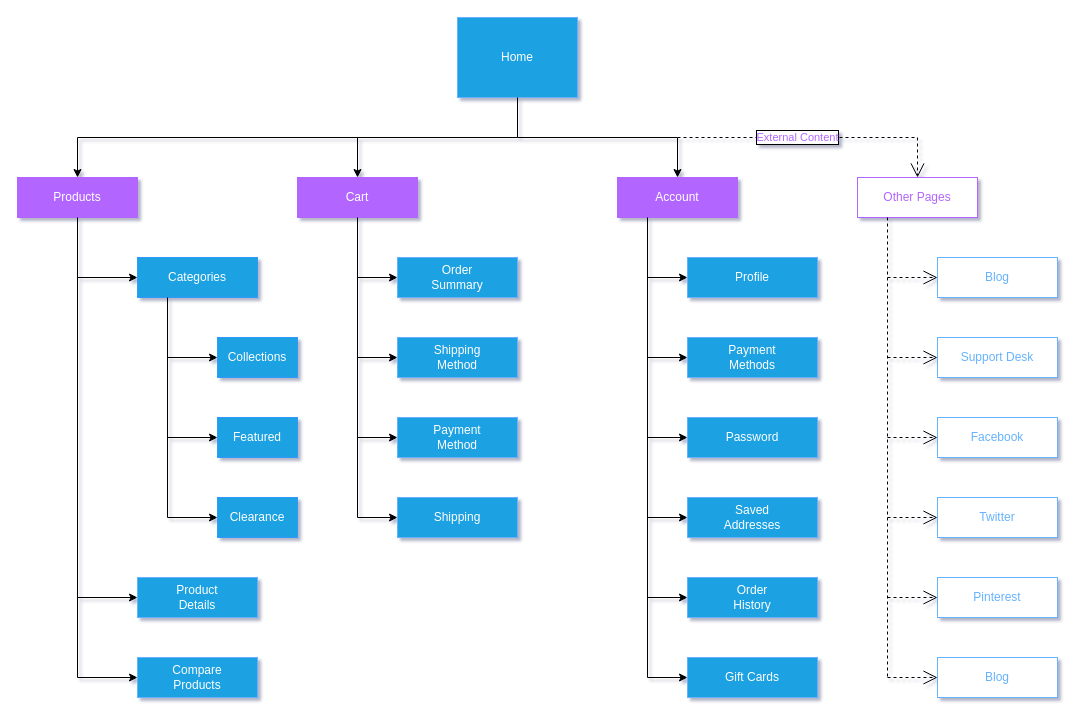
Before: sitemap.drawio in lamliam/lamliam, a draw.io diagram. Source tidied: cells renumbered, new cells numbered last; positions are measured from the earlier drawing's top-left corner, leaving out a move shared by most shapes. Both pictures are drawn from the tidied source at 100%, with x=0, y=0 at pixel (17, 17).
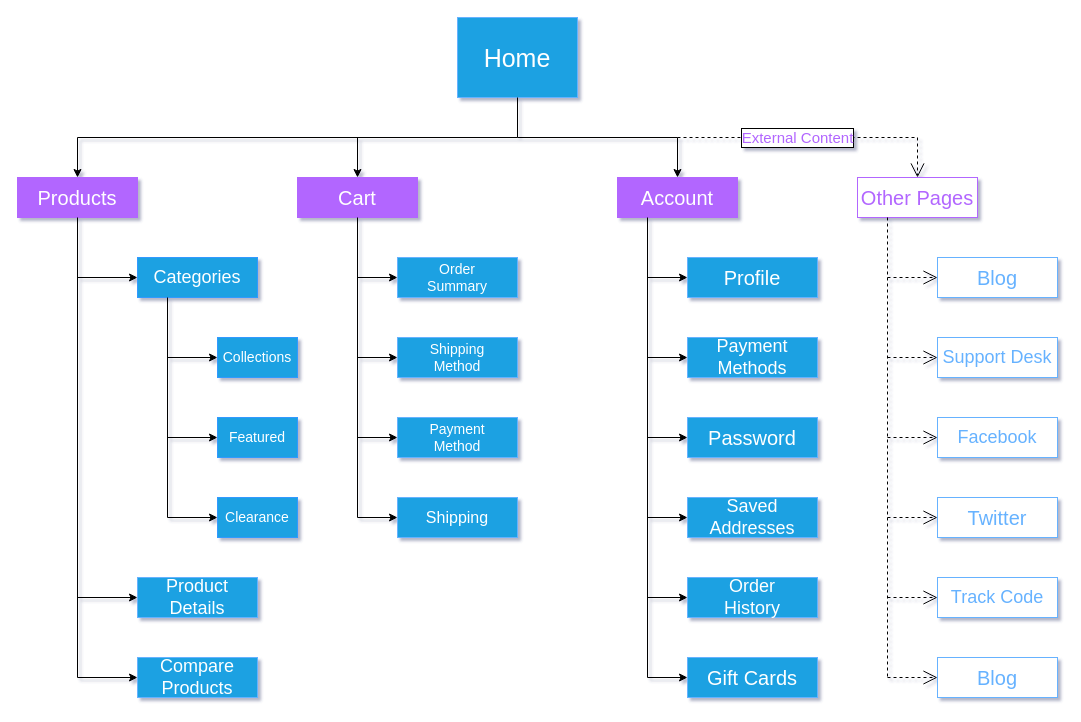
The same diagram, later.

The edit, as a diff of the source:
```diff
@@
-    <mxCell id="2" value="Home" style="rounded=0;whiteSpace=wrap;html=1;fillColor=#1ba1e2;fontColor=#ffffff;strokeColor=#66B2FF;" parent="1" vertex="1">
+    <mxCell id="2" value="Home" style="rounded=0;whiteSpace=wrap;html=1;fillColor=#1ba1e2;fontColor=#ffffff;strokeColor=#66B2FF;fontSize=25;" parent="1" vertex="1">
       <mxGeometry x="440" width="120" height="80" as="geometry" />
     </mxCell>
-    <mxCell id="3" value="Products" style="rounded=0;whiteSpace=wrap;html=1;strokeColor=#B266FF;fillColor=#B266FF;fontColor=#ffffff;" parent="1" vertex="1">
+    <mxCell id="3" value="Products" style="rounded=0;whiteSpace=wrap;html=1;strokeColor=#B266FF;fillColor=#B266FF;fontColor=#ffffff;fontSize=20;" parent="1" vertex="1">
       <mxGeometry y="160" width="120" height="40" as="geometry" />
     </mxCell>
-    <mxCell id="4" value="Cart" style="rounded=0;whiteSpace=wrap;html=1;strokeColor=#B266FF;fillColor=#B266FF;fontColor=#ffffff;" parent="1" vertex="1">
+    <mxCell id="4" value="Cart" style="rounded=0;whiteSpace=wrap;html=1;strokeColor=#B266FF;fillColor=#B266FF;fontColor=#ffffff;fontSize=20;" parent="1" vertex="1">
       <mxGeometry x="280" y="160" width="120" height="40" as="geometry" />
     </mxCell>
-    <mxCell id="5" value="Account" style="rounded=0;whiteSpace=wrap;html=1;strokeColor=#B266FF;fillColor=#B266FF;fontColor=#ffffff;" parent="1" vertex="1">
+    <mxCell id="5" value="Account" style="rounded=0;whiteSpace=wrap;html=1;strokeColor=#B266FF;fillColor=#B266FF;fontColor=#ffffff;fontSize=20;" parent="1" vertex="1">
       <mxGeometry x="600" y="160" width="120" height="40" as="geometry" />
     </mxCell>
-    <mxCell id="6" value="Other Pages" style="rounded=0;whiteSpace=wrap;html=1;strokeColor=#B266FF;fillColor=#FFFFFF;fontColor=#B266FF;" parent="1" vertex="1">
+    <mxCell id="6" value="Other Pages" style="rounded=0;whiteSpace=wrap;html=1;strokeColor=#B266FF;fillColor=#FFFFFF;fontColor=#B266FF;fontSize=20;" parent="1" vertex="1">
       <mxGeometry x="840" y="160" width="120" height="40" as="geometry" />
     </mxCell>
@@
-    <mxCell id="13" value="External Content" style="endArrow=open;endSize=12;dashed=1;html=1;fontColor=#B266FF;entryX=0.5;entryY=0;entryDx=0;entryDy=0;labelBorderColor=default;horizontal=1;strokeColor=default;rounded=0;shadow=0;" parent="1" edge="1" target="6">
+    <mxCell id="13" value="External Content" style="endArrow=open;endSize=12;dashed=1;html=1;fontColor=#B266FF;entryX=0.5;entryY=0;entryDx=0;entryDy=0;labelBorderColor=default;horizontal=1;strokeColor=default;rounded=0;shadow=0;fontSize=15;" parent="1" edge="1" target="6">
       <mxGeometry x="-0.14" relative="1" as="geometry">
         <mxPoint x="660" y="120" as="sourcePoint" />
         <Array as="points">
           <mxPoint x="900" y="120" />
         </Array>
       </mxGeometry>
     </mxCell>
-    <mxCell id="14" value="Categories" style="rounded=0;whiteSpace=wrap;html=1;fontColor=#ffffff;strokeColor=#3399FF;fillColor=#1ba1e2;" parent="1" vertex="1">
+    <mxCell id="14" value="Categories" style="rounded=0;whiteSpace=wrap;html=1;fontColor=#ffffff;strokeColor=#3399FF;fillColor=#1ba1e2;fontSize=18;" parent="1" vertex="1">
       <mxGeometry x="120" y="240" width="120" height="40" as="geometry" />
     </mxCell>
-    <mxCell id="15" value="Collections" style="rounded=0;whiteSpace=wrap;html=1;fontColor=#ffffff;strokeColor=#3399FF;fillColor=#1ba1e2;" parent="1" vertex="1">
+    <mxCell id="15" value="Collections" style="rounded=0;whiteSpace=wrap;html=1;fontColor=#ffffff;strokeColor=#3399FF;fillColor=#1ba1e2;fontSize=14;" parent="1" vertex="1">
       <mxGeometry x="200" y="320" width="80" height="40" as="geometry" />
     </mxCell>
-    <mxCell id="16" value="Featured" style="rounded=0;whiteSpace=wrap;html=1;fontColor=#ffffff;strokeColor=#3399FF;fillColor=#1ba1e2;" parent="1" vertex="1">
+    <mxCell id="16" value="Featured" style="rounded=0;whiteSpace=wrap;html=1;fontColor=#ffffff;strokeColor=#3399FF;fillColor=#1ba1e2;fontSize=14;" parent="1" vertex="1">
       <mxGeometry x="200" y="400" width="80" height="40" as="geometry" />
     </mxCell>
-    <mxCell id="17" value="Clearance" style="rounded=0;whiteSpace=wrap;html=1;fontColor=#ffffff;strokeColor=#3399FF;fillColor=#1ba1e2;" parent="1" vertex="1">
+    <mxCell id="17" value="Clearance" style="rounded=0;whiteSpace=wrap;html=1;fontColor=#ffffff;strokeColor=#3399FF;fillColor=#1ba1e2;fontSize=14;" parent="1" vertex="1">
       <mxGeometry x="200" y="480" width="80" height="40" as="geometry" />
     </mxCell>
-    <mxCell id="18" value="Product&lt;br&gt;Details" style="rounded=0;whiteSpace=wrap;html=1;fontColor=#ffffff;strokeColor=#66B2FF;fillColor=#1ba1e2;" parent="1" vertex="1">
+    <mxCell id="18" value="Product&lt;br style=&quot;font-size: 18px;&quot;&gt;Details" style="rounded=0;whiteSpace=wrap;html=1;fontColor=#ffffff;strokeColor=#66B2FF;fillColor=#1ba1e2;fontSize=18;" parent="1" vertex="1">
       <mxGeometry x="120" y="560" width="120" height="40" as="geometry" />
     </mxCell>
-    <mxCell id="19" value="Compare&lt;br&gt;Products" style="rounded=0;whiteSpace=wrap;html=1;fontColor=#ffffff;strokeColor=#66B2FF;fillColor=#1ba1e2;" parent="1" vertex="1">
+    <mxCell id="19" value="Compare&lt;br style=&quot;font-size: 18px;&quot;&gt;Products" style="rounded=0;whiteSpace=wrap;html=1;fontColor=#ffffff;strokeColor=#66B2FF;fillColor=#1ba1e2;fontSize=18;" parent="1" vertex="1">
       <mxGeometry x="120" y="640" width="120" height="40" as="geometry" />
     </mxCell>
@@
-    <mxCell id="28" value="Order&lt;br&gt;Summary" style="rounded=0;whiteSpace=wrap;html=1;fontColor=#ffffff;strokeColor=#66B2FF;fillColor=#1ba1e2;" parent="1" vertex="1">
+    <mxCell id="28" value="Order&lt;br style=&quot;font-size: 14px;&quot;&gt;Summary" style="rounded=0;whiteSpace=wrap;html=1;fontColor=#ffffff;strokeColor=#66B2FF;fillColor=#1ba1e2;fontSize=14;" parent="1" vertex="1">
       <mxGeometry x="380" y="240" width="120" height="40" as="geometry" />
     </mxCell>
-    <mxCell id="29" value="Shipping&lt;br&gt;Method" style="rounded=0;whiteSpace=wrap;html=1;fontColor=#ffffff;strokeColor=#66B2FF;fillColor=#1ba1e2;" parent="1" vertex="1">
+    <mxCell id="29" value="Shipping&lt;br style=&quot;font-size: 14px;&quot;&gt;Method" style="rounded=0;whiteSpace=wrap;html=1;fontColor=#ffffff;strokeColor=#66B2FF;fillColor=#1ba1e2;fontSize=14;" parent="1" vertex="1">
       <mxGeometry x="380" y="320" width="120" height="40" as="geometry" />
     </mxCell>
-    <mxCell id="30" value="Payment&lt;br&gt;Method" style="rounded=0;whiteSpace=wrap;html=1;fontColor=#ffffff;strokeColor=#66B2FF;fillColor=#1ba1e2;" parent="1" vertex="1">
+    <mxCell id="30" value="Payment&lt;br style=&quot;font-size: 14px;&quot;&gt;Method" style="rounded=0;whiteSpace=wrap;html=1;fontColor=#ffffff;strokeColor=#66B2FF;fillColor=#1ba1e2;fontSize=14;" parent="1" vertex="1">
       <mxGeometry x="380" y="400" width="120" height="40" as="geometry" />
     </mxCell>
-    <mxCell id="31" value="Shipping" style="rounded=0;whiteSpace=wrap;html=1;fontColor=#ffffff;strokeColor=#66B2FF;fillColor=#1ba1e2;" parent="1" vertex="1">
+    <mxCell id="31" value="Shipping" style="rounded=0;whiteSpace=wrap;html=1;fontColor=#ffffff;strokeColor=#66B2FF;fillColor=#1ba1e2;fontSize=16;" parent="1" vertex="1">
       <mxGeometry x="380" y="480" width="120" height="40" as="geometry" />
     </mxCell>
@@
-    <mxCell id="37" value="Profile" style="rounded=0;whiteSpace=wrap;html=1;fontColor=#ffffff;strokeColor=#66B2FF;fillColor=#1ba1e2;" parent="1" vertex="1">
+    <mxCell id="37" value="Profile" style="rounded=0;whiteSpace=wrap;html=1;fontColor=#ffffff;strokeColor=#66B2FF;fillColor=#1ba1e2;fontSize=20;" parent="1" vertex="1">
       <mxGeometry x="670" y="240" width="130" height="40" as="geometry" />
     </mxCell>
-    <mxCell id="38" value="Payment&lt;br&gt;Methods" style="rounded=0;whiteSpace=wrap;html=1;fontColor=#ffffff;strokeColor=#66B2FF;fillColor=#1ba1e2;" parent="1" vertex="1">
+    <mxCell id="38" value="Payment&lt;br style=&quot;font-size: 18px;&quot;&gt;Methods" style="rounded=0;whiteSpace=wrap;html=1;fontColor=#ffffff;strokeColor=#66B2FF;fillColor=#1ba1e2;fontSize=18;" parent="1" vertex="1">
       <mxGeometry x="670" y="320" width="130" height="40" as="geometry" />
     </mxCell>
-    <mxCell id="39" value="Password" style="rounded=0;whiteSpace=wrap;html=1;fontColor=#ffffff;strokeColor=#66B2FF;fillColor=#1ba1e2;" parent="1" vertex="1">
+    <mxCell id="39" value="Password" style="rounded=0;whiteSpace=wrap;html=1;fontColor=#ffffff;strokeColor=#66B2FF;fillColor=#1ba1e2;fontSize=20;" parent="1" vertex="1">
       <mxGeometry x="670" y="400" width="130" height="40" as="geometry" />
     </mxCell>
-    <mxCell id="40" value="Saved&lt;br&gt;Addresses" style="rounded=0;whiteSpace=wrap;html=1;fontColor=#ffffff;strokeColor=#66B2FF;fillColor=#1ba1e2;" parent="1" vertex="1">
+    <mxCell id="40" value="Saved&lt;br style=&quot;font-size: 18px;&quot;&gt;Addresses" style="rounded=0;whiteSpace=wrap;html=1;fontColor=#ffffff;strokeColor=#66B2FF;fillColor=#1ba1e2;fontSize=18;" parent="1" vertex="1">
       <mxGeometry x="670" y="480" width="130" height="40" as="geometry" />
     </mxCell>
-    <mxCell id="41" value="Order&lt;br&gt;History" style="rounded=0;whiteSpace=wrap;html=1;fontColor=#ffffff;strokeColor=#66B2FF;fillColor=#1ba1e2;" parent="1" vertex="1">
+    <mxCell id="41" value="Order&lt;br style=&quot;font-size: 18px;&quot;&gt;History" style="rounded=0;whiteSpace=wrap;html=1;fontColor=#ffffff;strokeColor=#66B2FF;fillColor=#1ba1e2;fontSize=18;" parent="1" vertex="1">
       <mxGeometry x="670" y="560" width="130" height="40" as="geometry" />
     </mxCell>
-    <mxCell id="42" value="Gift Cards" style="rounded=0;whiteSpace=wrap;html=1;fontColor=#ffffff;strokeColor=#66B2FF;fillColor=#1ba1e2;" parent="1" vertex="1">
+    <mxCell id="42" value="Gift Cards" style="rounded=0;whiteSpace=wrap;html=1;fontColor=#ffffff;strokeColor=#66B2FF;fillColor=#1ba1e2;fontSize=20;" parent="1" vertex="1">
       <mxGeometry x="670" y="640" width="130" height="40" as="geometry" />
     </mxCell>
@@
-    <mxCell id="50" value="Blog" style="rounded=0;whiteSpace=wrap;html=1;fontColor=#66B2FF;strokeColor=#66B2FF;fillColor=#FFFFFF;" parent="1" vertex="1">
+    <mxCell id="50" value="Blog" style="rounded=0;whiteSpace=wrap;html=1;fontColor=#66B2FF;strokeColor=#66B2FF;fillColor=#FFFFFF;fontSize=20;" parent="1" vertex="1">
       <mxGeometry x="920" y="240" width="120" height="40" as="geometry" />
     </mxCell>
-    <mxCell id="51" value="Support Desk" style="rounded=0;whiteSpace=wrap;html=1;fontColor=#66B2FF;strokeColor=#66B2FF;fillColor=#FFFFFF;" parent="1" vertex="1">
+    <mxCell id="51" value="Support Desk" style="rounded=0;whiteSpace=wrap;html=1;fontColor=#66B2FF;strokeColor=#66B2FF;fillColor=#FFFFFF;fontSize=18;" parent="1" vertex="1">
       <mxGeometry x="920" y="320" width="120" height="40" as="geometry" />
     </mxCell>
-    <mxCell id="52" value="Facebook" style="rounded=0;whiteSpace=wrap;html=1;fontColor=#66B2FF;strokeColor=#66B2FF;fillColor=#FFFFFF;" parent="1" vertex="1">
+    <mxCell id="52" value="Facebook" style="rounded=0;whiteSpace=wrap;html=1;fontColor=#66B2FF;strokeColor=#66B2FF;fillColor=#FFFFFF;fontSize=18;" parent="1" vertex="1">
       <mxGeometry x="920" y="400" width="120" height="40" as="geometry" />
     </mxCell>
-    <mxCell id="53" value="Twitter" style="rounded=0;whiteSpace=wrap;html=1;fontColor=#66B2FF;strokeColor=#66B2FF;fillColor=#FFFFFF;" parent="1" vertex="1">
+    <mxCell id="53" value="Twitter" style="rounded=0;whiteSpace=wrap;html=1;fontColor=#66B2FF;strokeColor=#66B2FF;fillColor=#FFFFFF;fontSize=20;" parent="1" vertex="1">
       <mxGeometry x="920" y="480" width="120" height="40" as="geometry" />
     </mxCell>
-    <mxCell id="54" value="Pinterest" style="rounded=0;whiteSpace=wrap;html=1;fontColor=#66B2FF;strokeColor=#66B2FF;fillColor=#FFFFFF;" parent="1" vertex="1">
+    <mxCell id="54" value="Track Code" style="rounded=0;whiteSpace=wrap;html=1;fontColor=#66B2FF;strokeColor=#66B2FF;fillColor=#FFFFFF;fontSize=18;" parent="1" vertex="1">
       <mxGeometry x="920" y="560" width="120" height="40" as="geometry" />
     </mxCell>
-    <mxCell id="55" value="Blog" style="rounded=0;whiteSpace=wrap;html=1;fontColor=#66B2FF;strokeColor=#66B2FF;fillColor=#FFFFFF;" parent="1" vertex="1">
+    <mxCell id="55" value="Blog" style="rounded=0;whiteSpace=wrap;html=1;fontColor=#66B2FF;strokeColor=#66B2FF;fillColor=#FFFFFF;fontSize=20;" parent="1" vertex="1">
       <mxGeometry x="920" y="640" width="120" height="40" as="geometry" />
     </mxCell>
```
